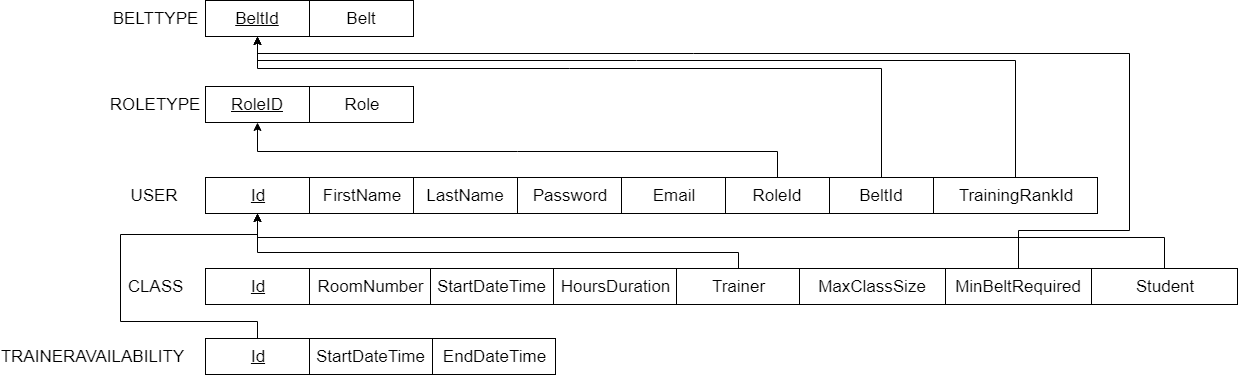
Above: docs/database/table_design.png in KellyP5/Desktop-Gym-Scheduler (draw.io), before the change. Source tidied: cells renumbered, new cells last; positions are measured from the earlier drawing's top-left corner, leaving out a move shared by most shapes. Source of this version:
```xml
<mxGraphModel>
  <root>
    <mxCell id="0" />
    <mxCell id="1" parent="0" />
    <mxCell id="2" value="&lt;font style=&quot;font-size: 17px&quot;&gt;USER&lt;/font&gt;" style="text;html=1;strokeColor=none;fillColor=none;align=center;verticalAlign=middle;whiteSpace=wrap;rounded=0;" parent="1" vertex="1">
      <mxGeometry x="63" y="185" width="40" height="20" as="geometry" />
    </mxCell>
    <mxCell id="3" value="&lt;font style=&quot;font-size: 17px&quot;&gt;&lt;u&gt;Id&lt;/u&gt;&lt;/font&gt;" style="rounded=0;whiteSpace=wrap;html=1;" parent="1" vertex="1">
      <mxGeometry x="134" y="177" width="104" height="36" as="geometry" />
    </mxCell>
    <mxCell id="4" value="&lt;span style=&quot;font-size: 17px&quot;&gt;FirstName&lt;/span&gt;" style="rounded=0;whiteSpace=wrap;html=1;" parent="1" vertex="1">
      <mxGeometry x="238" y="177" width="104" height="36" as="geometry" />
    </mxCell>
    <mxCell id="5" value="&lt;span style=&quot;font-size: 17px&quot;&gt;LastName&lt;br&gt;&lt;/span&gt;" style="rounded=0;whiteSpace=wrap;html=1;" parent="1" vertex="1">
      <mxGeometry x="342" y="177" width="104" height="36" as="geometry" />
    </mxCell>
    <mxCell id="6" value="&lt;span style=&quot;font-size: 17px&quot;&gt;Password&lt;br&gt;&lt;/span&gt;" style="rounded=0;whiteSpace=wrap;html=1;" parent="1" vertex="1">
      <mxGeometry x="446" y="177" width="104" height="36" as="geometry" />
    </mxCell>
    <mxCell id="7" value="&lt;span style=&quot;font-size: 17px&quot;&gt;Email&lt;br&gt;&lt;/span&gt;" style="rounded=0;whiteSpace=wrap;html=1;" parent="1" vertex="1">
      <mxGeometry x="550" y="177" width="104" height="36" as="geometry" />
    </mxCell>
    <mxCell id="8" style="edgeStyle=orthogonalEdgeStyle;rounded=0;jettySize=auto;html=1;entryX=0.5;entryY=1;entryDx=0;entryDy=0;" parent="1" edge="1" source="9" target="11">
      <mxGeometry relative="1" as="geometry">
        <Array as="points">
          <mxPoint x="706" y="151" />
          <mxPoint x="186" y="151" />
        </Array>
      </mxGeometry>
    </mxCell>
    <mxCell id="9" value="&lt;span style=&quot;font-size: 17px&quot;&gt;RoleId&lt;br&gt;&lt;/span&gt;" style="rounded=0;whiteSpace=wrap;html=1;" parent="1" vertex="1">
      <mxGeometry x="654" y="177" width="104" height="36" as="geometry" />
    </mxCell>
    <mxCell id="10" value="&lt;font style=&quot;font-size: 17px&quot;&gt;ROLETYPE&lt;br&gt;&lt;/font&gt;" style="text;html=1;strokeColor=none;fillColor=none;align=center;verticalAlign=middle;whiteSpace=wrap;rounded=0;" parent="1" vertex="1">
      <mxGeometry x="63" y="94" width="40" height="20" as="geometry" />
    </mxCell>
    <mxCell id="11" value="&lt;span style=&quot;font-size: 17px&quot;&gt;&lt;u&gt;RoleID&lt;/u&gt;&lt;br&gt;&lt;/span&gt;" style="rounded=0;whiteSpace=wrap;html=1;" parent="1" vertex="1">
      <mxGeometry x="134" y="86" width="104" height="36" as="geometry" />
    </mxCell>
    <mxCell id="12" value="&lt;span style=&quot;font-size: 17px&quot;&gt;Role&lt;br&gt;&lt;/span&gt;" style="rounded=0;whiteSpace=wrap;html=1;" parent="1" vertex="1">
      <mxGeometry x="238" y="86" width="104" height="36" as="geometry" />
    </mxCell>
    <mxCell id="13" style="edgeStyle=orthogonalEdgeStyle;rounded=0;jettySize=auto;html=1;entryX=0.5;entryY=1;entryDx=0;entryDy=0;" parent="1" edge="1" source="14" target="18">
      <mxGeometry relative="1" as="geometry">
        <Array as="points">
          <mxPoint x="810" y="68" />
          <mxPoint x="186" y="68" />
        </Array>
      </mxGeometry>
    </mxCell>
    <mxCell id="14" value="&lt;span style=&quot;font-size: 17px&quot;&gt;BeltId&lt;br&gt;&lt;/span&gt;" style="rounded=0;whiteSpace=wrap;html=1;" parent="1" vertex="1">
      <mxGeometry x="758" y="177" width="104" height="36" as="geometry" />
    </mxCell>
    <mxCell id="15" style="edgeStyle=orthogonalEdgeStyle;rounded=0;jettySize=auto;html=1;entryX=0.5;entryY=1;entryDx=0;entryDy=0;" parent="1" edge="1" source="16" target="18">
      <mxGeometry relative="1" as="geometry">
        <Array as="points">
          <mxPoint x="944" y="60" />
          <mxPoint x="186" y="60" />
        </Array>
      </mxGeometry>
    </mxCell>
    <mxCell id="16" value="&lt;span style=&quot;font-size: 17px&quot;&gt;TrainingRankId&lt;br&gt;&lt;/span&gt;" style="rounded=0;whiteSpace=wrap;html=1;" parent="1" vertex="1">
      <mxGeometry x="862" y="177" width="164" height="36" as="geometry" />
    </mxCell>
    <mxCell id="17" value="&lt;font style=&quot;font-size: 17px&quot;&gt;BELTTYPE&lt;br&gt;&lt;/font&gt;" style="text;html=1;strokeColor=none;fillColor=none;align=center;verticalAlign=middle;whiteSpace=wrap;rounded=0;" parent="1" vertex="1">
      <mxGeometry x="63" y="8" width="40" height="20" as="geometry" />
    </mxCell>
    <mxCell id="18" value="&lt;span style=&quot;font-size: 17px&quot;&gt;&lt;u&gt;BeltId&lt;/u&gt;&lt;br&gt;&lt;/span&gt;" style="rounded=0;whiteSpace=wrap;html=1;" parent="1" vertex="1">
      <mxGeometry x="134" width="104" height="36" as="geometry" />
    </mxCell>
    <mxCell id="19" value="&lt;span style=&quot;font-size: 17px&quot;&gt;Belt&lt;br&gt;&lt;/span&gt;" style="rounded=0;whiteSpace=wrap;html=1;" parent="1" vertex="1">
      <mxGeometry x="238" width="104" height="36" as="geometry" />
    </mxCell>
    <mxCell id="20" value="&lt;font style=&quot;font-size: 17px&quot;&gt;CLASS&lt;/font&gt;" style="text;html=1;strokeColor=none;fillColor=none;align=center;verticalAlign=middle;whiteSpace=wrap;rounded=0;" parent="1" vertex="1">
      <mxGeometry x="63" y="276" width="40" height="20" as="geometry" />
    </mxCell>
    <mxCell id="21" value="&lt;font style=&quot;font-size: 17px&quot;&gt;&lt;u&gt;Id&lt;/u&gt;&lt;/font&gt;" style="rounded=0;whiteSpace=wrap;html=1;" parent="1" vertex="1">
      <mxGeometry x="134" y="268" width="104" height="36" as="geometry" />
    </mxCell>
    <mxCell id="22" value="&lt;font style=&quot;font-size: 17px&quot;&gt;RoomNumber&lt;/font&gt;" style="rounded=0;whiteSpace=wrap;html=1;" parent="1" vertex="1">
      <mxGeometry x="238" y="268" width="121" height="36" as="geometry" />
    </mxCell>
    <mxCell id="23" value="&lt;span style=&quot;font-size: 17px&quot;&gt;StartDateTime&lt;/span&gt;" style="rounded=0;whiteSpace=wrap;html=1;" parent="1" vertex="1">
      <mxGeometry x="359" y="268" width="123" height="36" as="geometry" />
    </mxCell>
    <mxCell id="24" style="edgeStyle=orthogonalEdgeStyle;rounded=0;jettySize=auto;html=1;entryX=0.5;entryY=1;entryDx=0;entryDy=0;" parent="1" edge="1" source="25" target="3">
      <mxGeometry relative="1" as="geometry">
        <Array as="points">
          <mxPoint x="667" y="252" />
          <mxPoint x="186" y="252" />
        </Array>
      </mxGeometry>
    </mxCell>
    <mxCell id="25" value="&lt;span style=&quot;font-size: 17px&quot;&gt;Trainer&lt;/span&gt;" style="rounded=0;whiteSpace=wrap;html=1;" parent="1" vertex="1">
      <mxGeometry x="605" y="268" width="123" height="36" as="geometry" />
    </mxCell>
    <mxCell id="26" value="&lt;span style=&quot;font-size: 17px&quot;&gt;HoursDuration&lt;/span&gt;" style="rounded=0;whiteSpace=wrap;html=1;" parent="1" vertex="1">
      <mxGeometry x="482" y="268" width="123" height="36" as="geometry" />
    </mxCell>
    <mxCell id="27" style="edgeStyle=orthogonalEdgeStyle;rounded=0;jettySize=auto;html=1;entryX=0.5;entryY=1;entryDx=0;entryDy=0;" parent="1" edge="1" source="28" target="18">
      <mxGeometry relative="1" as="geometry">
        <Array as="points">
          <mxPoint x="947" y="230" />
          <mxPoint x="1058" y="230" />
          <mxPoint x="1058" y="53" />
          <mxPoint x="186" y="53" />
        </Array>
      </mxGeometry>
    </mxCell>
    <mxCell id="28" value="&lt;span style=&quot;font-size: 17px&quot;&gt;MinBeltRequired&lt;/span&gt;" style="rounded=0;whiteSpace=wrap;html=1;" parent="1" vertex="1">
      <mxGeometry x="874" y="268" width="146" height="36" as="geometry" />
    </mxCell>
    <mxCell id="29" value="&lt;span style=&quot;font-size: 17px&quot;&gt;MaxClassSize&lt;/span&gt;" style="rounded=0;whiteSpace=wrap;html=1;" parent="1" vertex="1">
      <mxGeometry x="728" y="268" width="146" height="36" as="geometry" />
    </mxCell>
    <mxCell id="30" value="&lt;span style=&quot;font-size: 17px&quot;&gt;TRAINERAVAILABILITY&lt;/span&gt;" style="text;html=1;strokeColor=none;fillColor=none;align=center;verticalAlign=middle;whiteSpace=wrap;rounded=0;" parent="1" vertex="1">
      <mxGeometry y="346" width="40" height="20" as="geometry" />
    </mxCell>
    <mxCell id="31" style="edgeStyle=orthogonalEdgeStyle;rounded=0;jettySize=auto;html=1;entryX=0.5;entryY=1;entryDx=0;entryDy=0;" parent="1" edge="1" source="32" target="3">
      <mxGeometry relative="1" as="geometry">
        <Array as="points">
          <mxPoint x="186" y="321" />
          <mxPoint x="49" y="321" />
          <mxPoint x="49" y="234" />
          <mxPoint x="186" y="234" />
        </Array>
      </mxGeometry>
    </mxCell>
    <mxCell id="32" value="&lt;font style=&quot;font-size: 17px&quot;&gt;&lt;u&gt;Id&lt;/u&gt;&lt;/font&gt;" style="rounded=0;whiteSpace=wrap;html=1;" parent="1" vertex="1">
      <mxGeometry x="134" y="338" width="104" height="36" as="geometry" />
    </mxCell>
    <mxCell id="33" style="edgeStyle=orthogonalEdgeStyle;rounded=0;jettySize=auto;html=1;entryX=0.5;entryY=1;entryDx=0;entryDy=0;" parent="1" edge="1" source="34" target="3">
      <mxGeometry relative="1" as="geometry">
        <Array as="points">
          <mxPoint x="1093" y="237" />
          <mxPoint x="186" y="237" />
        </Array>
      </mxGeometry>
    </mxCell>
    <mxCell id="34" value="&lt;span style=&quot;font-size: 17px&quot;&gt;Student&lt;/span&gt;" style="rounded=0;whiteSpace=wrap;html=1;" parent="1" vertex="1">
      <mxGeometry x="1020" y="268" width="146" height="36" as="geometry" />
    </mxCell>
    <mxCell id="35" value="&lt;span style=&quot;font-size: 17px&quot;&gt;StartDateTime&lt;/span&gt;" style="rounded=0;whiteSpace=wrap;html=1;" parent="1" vertex="1">
      <mxGeometry x="238" y="338" width="123" height="36" as="geometry" />
    </mxCell>
    <mxCell id="36" value="&lt;span style=&quot;font-size: 17px&quot;&gt;EndDateTime&lt;/span&gt;" style="rounded=0;whiteSpace=wrap;html=1;" parent="1" vertex="1">
      <mxGeometry x="361" y="338" width="123" height="36" as="geometry" />
    </mxCell>
  </root>
</mxGraphModel>
```
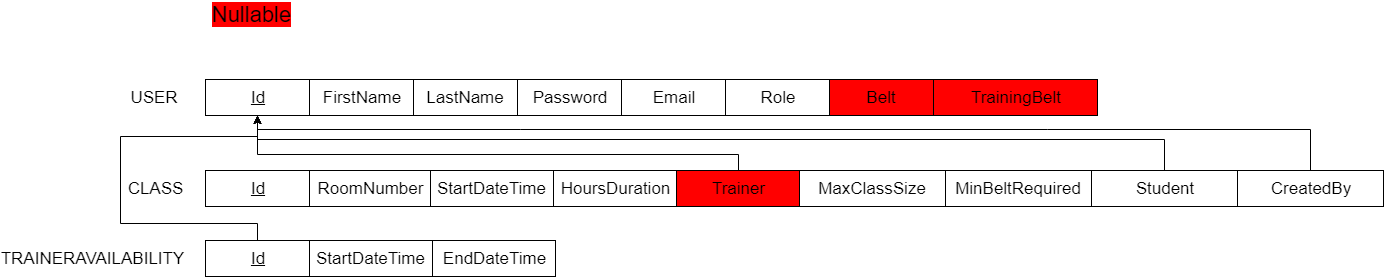
Later version of the same file.

Commit message:
Update database design No longer a separate table for Belt or TrainingBelt Added CreatedBy to class table, to know who created the class

The edit, as a diff of the source:
```diff
@@ -20,57 +20,15 @@
     <mxCell id="7" value="&lt;span style=&quot;font-size: 17px&quot;&gt;Email&lt;br&gt;&lt;/span&gt;" style="rounded=0;whiteSpace=wrap;html=1;" parent="1" vertex="1">
       <mxGeometry x="550" y="177" width="104" height="36" as="geometry" />
     </mxCell>
-    <mxCell id="8" style="edgeStyle=orthogonalEdgeStyle;rounded=0;jettySize=auto;html=1;entryX=0.5;entryY=1;entryDx=0;entryDy=0;" parent="1" edge="1" source="9" target="11">
-      <mxGeometry relative="1" as="geometry">
-        <Array as="points">
-          <mxPoint x="706" y="151" />
-          <mxPoint x="186" y="151" />
-        </Array>
-      </mxGeometry>
-    </mxCell>
-    <mxCell id="9" value="&lt;span style=&quot;font-size: 17px&quot;&gt;RoleId&lt;br&gt;&lt;/span&gt;" style="rounded=0;whiteSpace=wrap;html=1;" parent="1" vertex="1">
+    <mxCell id="9" value="&lt;span style=&quot;font-size: 17px&quot;&gt;Role&lt;br&gt;&lt;/span&gt;" style="rounded=0;whiteSpace=wrap;html=1;" parent="1" vertex="1">
       <mxGeometry x="654" y="177" width="104" height="36" as="geometry" />
     </mxCell>
-    <mxCell id="10" value="&lt;font style=&quot;font-size: 17px&quot;&gt;ROLETYPE&lt;br&gt;&lt;/font&gt;" style="text;html=1;strokeColor=none;fillColor=none;align=center;verticalAlign=middle;whiteSpace=wrap;rounded=0;" parent="1" vertex="1">
-      <mxGeometry x="63" y="94" width="40" height="20" as="geometry" />
-    </mxCell>
-    <mxCell id="11" value="&lt;span style=&quot;font-size: 17px&quot;&gt;&lt;u&gt;RoleID&lt;/u&gt;&lt;br&gt;&lt;/span&gt;" style="rounded=0;whiteSpace=wrap;html=1;" parent="1" vertex="1">
-      <mxGeometry x="134" y="86" width="104" height="36" as="geometry" />
-    </mxCell>
-    <mxCell id="12" value="&lt;span style=&quot;font-size: 17px&quot;&gt;Role&lt;br&gt;&lt;/span&gt;" style="rounded=0;whiteSpace=wrap;html=1;" parent="1" vertex="1">
-      <mxGeometry x="238" y="86" width="104" height="36" as="geometry" />
-    </mxCell>
-    <mxCell id="13" style="edgeStyle=orthogonalEdgeStyle;rounded=0;jettySize=auto;html=1;entryX=0.5;entryY=1;entryDx=0;entryDy=0;" parent="1" edge="1" source="14" target="18">
-      <mxGeometry relative="1" as="geometry">
-        <Array as="points">
-          <mxPoint x="810" y="68" />
-          <mxPoint x="186" y="68" />
-        </Array>
-      </mxGeometry>
-    </mxCell>
-    <mxCell id="14" value="&lt;span style=&quot;font-size: 17px&quot;&gt;BeltId&lt;br&gt;&lt;/span&gt;" style="rounded=0;whiteSpace=wrap;html=1;" parent="1" vertex="1">
+    <mxCell id="14" value="&lt;span style=&quot;font-size: 17px&quot;&gt;Belt&lt;br&gt;&lt;/span&gt;" style="rounded=0;whiteSpace=wrap;html=1;fillColor=#FF0000;" parent="1" vertex="1">
       <mxGeometry x="758" y="177" width="104" height="36" as="geometry" />
     </mxCell>
-    <mxCell id="15" style="edgeStyle=orthogonalEdgeStyle;rounded=0;jettySize=auto;html=1;entryX=0.5;entryY=1;entryDx=0;entryDy=0;" parent="1" edge="1" source="16" target="18">
-      <mxGeometry relative="1" as="geometry">
-        <Array as="points">
-          <mxPoint x="944" y="60" />
-          <mxPoint x="186" y="60" />
-        </Array>
-      </mxGeometry>
-    </mxCell>
-    <mxCell id="16" value="&lt;span style=&quot;font-size: 17px&quot;&gt;TrainingRankId&lt;br&gt;&lt;/span&gt;" style="rounded=0;whiteSpace=wrap;html=1;" parent="1" vertex="1">
+    <mxCell id="16" value="&lt;span style=&quot;font-size: 17px&quot;&gt;TrainingBelt&lt;br&gt;&lt;/span&gt;" style="rounded=0;whiteSpace=wrap;html=1;fillColor=#FF0000;" parent="1" vertex="1">
       <mxGeometry x="862" y="177" width="164" height="36" as="geometry" />
     </mxCell>
-    <mxCell id="17" value="&lt;font style=&quot;font-size: 17px&quot;&gt;BELTTYPE&lt;br&gt;&lt;/font&gt;" style="text;html=1;strokeColor=none;fillColor=none;align=center;verticalAlign=middle;whiteSpace=wrap;rounded=0;" parent="1" vertex="1">
-      <mxGeometry x="63" y="8" width="40" height="20" as="geometry" />
-    </mxCell>
-    <mxCell id="18" value="&lt;span style=&quot;font-size: 17px&quot;&gt;&lt;u&gt;BeltId&lt;/u&gt;&lt;br&gt;&lt;/span&gt;" style="rounded=0;whiteSpace=wrap;html=1;" parent="1" vertex="1">
-      <mxGeometry x="134" width="104" height="36" as="geometry" />
-    </mxCell>
-    <mxCell id="19" value="&lt;span style=&quot;font-size: 17px&quot;&gt;Belt&lt;br&gt;&lt;/span&gt;" style="rounded=0;whiteSpace=wrap;html=1;" parent="1" vertex="1">
-      <mxGeometry x="238" width="104" height="36" as="geometry" />
-    </mxCell>
     <mxCell id="20" value="&lt;font style=&quot;font-size: 17px&quot;&gt;CLASS&lt;/font&gt;" style="text;html=1;strokeColor=none;fillColor=none;align=center;verticalAlign=middle;whiteSpace=wrap;rounded=0;" parent="1" vertex="1">
       <mxGeometry x="63" y="276" width="40" height="20" as="geometry" />
     </mxCell>
@@ -91,22 +49,12 @@
         </Array>
       </mxGeometry>
     </mxCell>
-    <mxCell id="25" value="&lt;span style=&quot;font-size: 17px&quot;&gt;Trainer&lt;/span&gt;" style="rounded=0;whiteSpace=wrap;html=1;" parent="1" vertex="1">
+    <mxCell id="25" value="&lt;span style=&quot;font-size: 17px&quot;&gt;Trainer&lt;/span&gt;" style="rounded=0;whiteSpace=wrap;html=1;fillColor=#FF0000;" parent="1" vertex="1">
       <mxGeometry x="605" y="268" width="123" height="36" as="geometry" />
     </mxCell>
     <mxCell id="26" value="&lt;span style=&quot;font-size: 17px&quot;&gt;HoursDuration&lt;/span&gt;" style="rounded=0;whiteSpace=wrap;html=1;" parent="1" vertex="1">
       <mxGeometry x="482" y="268" width="123" height="36" as="geometry" />
     </mxCell>
-    <mxCell id="27" style="edgeStyle=orthogonalEdgeStyle;rounded=0;jettySize=auto;html=1;entryX=0.5;entryY=1;entryDx=0;entryDy=0;" parent="1" edge="1" source="28" target="18">
-      <mxGeometry relative="1" as="geometry">
-        <Array as="points">
-          <mxPoint x="947" y="230" />
-          <mxPoint x="1058" y="230" />
-          <mxPoint x="1058" y="53" />
-          <mxPoint x="186" y="53" />
-        </Array>
-      </mxGeometry>
-    </mxCell>
     <mxCell id="28" value="&lt;span style=&quot;font-size: 17px&quot;&gt;MinBeltRequired&lt;/span&gt;" style="rounded=0;whiteSpace=wrap;html=1;" parent="1" vertex="1">
       <mxGeometry x="874" y="268" width="146" height="36" as="geometry" />
     </mxCell>
@@ -146,5 +94,19 @@
     <mxCell id="36" value="&lt;span style=&quot;font-size: 17px&quot;&gt;EndDateTime&lt;/span&gt;" style="rounded=0;whiteSpace=wrap;html=1;" parent="1" vertex="1">
       <mxGeometry x="361" y="338" width="123" height="36" as="geometry" />
     </mxCell>
+    <mxCell id="37" value="&lt;font style=&quot;font-size: 22px ; background-color: rgb(255 , 0 , 0)&quot;&gt;Nullable&lt;/font&gt;" style="text;html=1;strokeColor=none;fillColor=none;align=center;verticalAlign=middle;whiteSpace=wrap;rounded=0;strokeWidth=9;" parent="1" vertex="1">
+      <mxGeometry x="159" y="102" width="40" height="20" as="geometry" />
+    </mxCell>
+    <mxCell id="38" style="edgeStyle=orthogonalEdgeStyle;rounded=0;jettySize=auto;html=1;entryX=0.5;entryY=1;entryDx=0;entryDy=0;" parent="1" edge="1" source="39" target="3">
+      <mxGeometry relative="1" as="geometry">
+        <Array as="points">
+          <mxPoint x="1239" y="227" />
+          <mxPoint x="186" y="227" />
+        </Array>
+      </mxGeometry>
+    </mxCell>
+    <mxCell id="39" value="&lt;span style=&quot;font-size: 17px&quot;&gt;CreatedBy&lt;/span&gt;" style="rounded=0;whiteSpace=wrap;html=1;" parent="1" vertex="1">
+      <mxGeometry x="1166" y="268" width="146" height="36" as="geometry" />
+    </mxCell>
   </root>
 </mxGraphModel>
```
